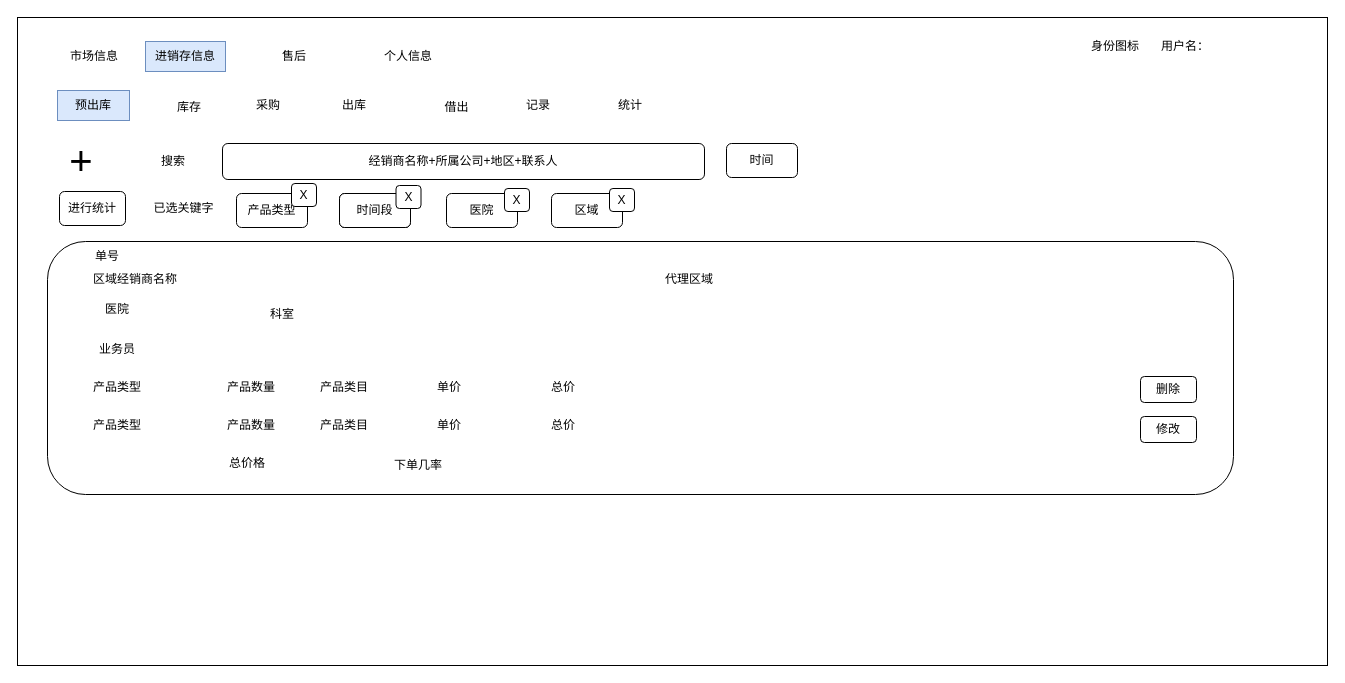
Before: page "预出库" (1 of 8) of 泰加进销存.drawio in cangwang/news, a draw.io diagram. Source tidied: cells renumbered, new cells numbered last; positions are measured from the earlier drawing's top-left corner, leaving out a move shared by most shapes. Both pictures are drawn from the tidied source at 100%, with x=0, y=0 at pixel (17, 17).
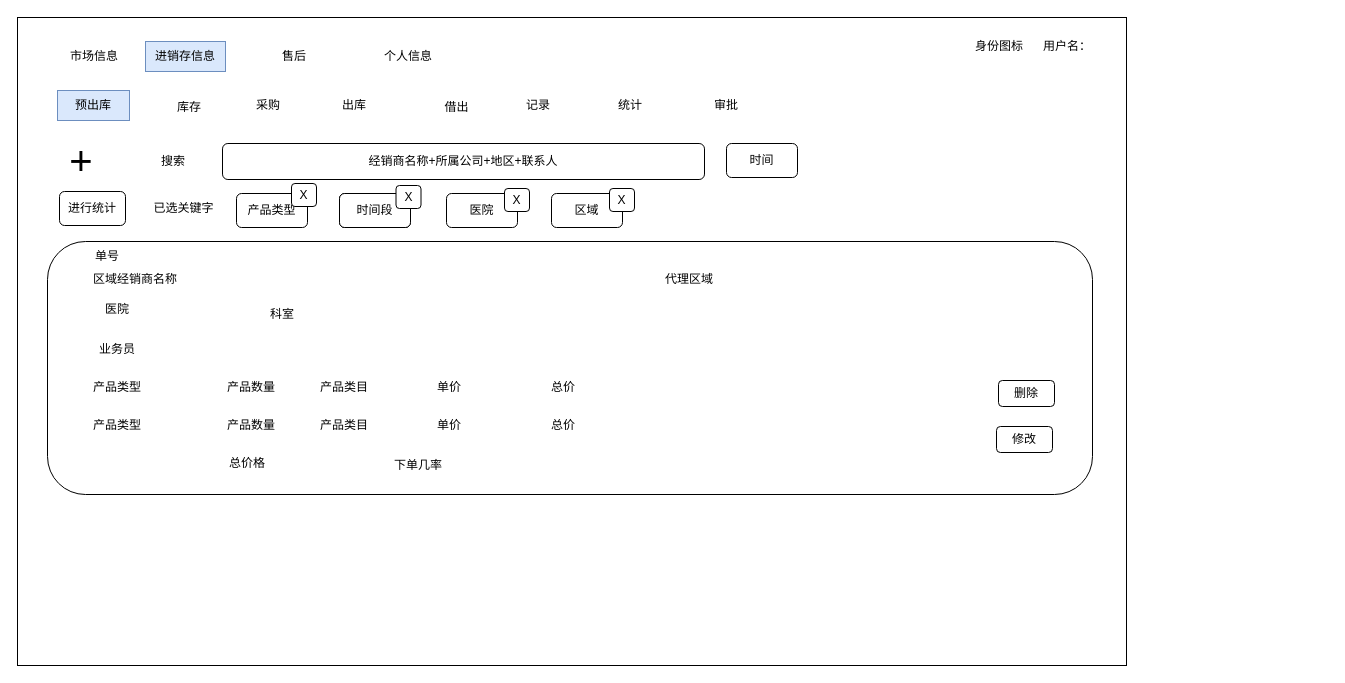
Above is the later version.

The edit, as a diff of the source:
```diff
@@
     <mxCell id="2" style="rounded=0;whiteSpace=wrap;html=1;" parent="1" vertex="1">
-      <mxGeometry width="1310" height="648" as="geometry" />
+      <mxGeometry width="1109" height="648" as="geometry" />
     </mxCell>
@@
     <mxCell id="10" value="用户名：" style="text;html=1;strokeColor=none;fillColor=none;align=center;verticalAlign=middle;whiteSpace=wrap;rounded=0;fontSize=12;" parent="1" vertex="1">
-      <mxGeometry x="1138" y="14" width="60" height="30" as="geometry" />
+      <mxGeometry x="1020" y="14" width="60" height="30" as="geometry" />
     </mxCell>
     <mxCell id="11" value="身份图标" style="text;html=1;strokeColor=none;fillColor=none;align=center;verticalAlign=middle;whiteSpace=wrap;rounded=0;fontSize=12;" parent="1" vertex="1">
-      <mxGeometry x="1068" y="14" width="60" height="30" as="geometry" />
+      <mxGeometry x="952" y="14" width="60" height="30" as="geometry" />
     </mxCell>
@@
     <mxCell id="17" style="rounded=1;whiteSpace=wrap;html=1;fontSize=12;" parent="1" vertex="1">
-      <mxGeometry x="30" y="224" width="1186" height="253" as="geometry" />
+      <mxGeometry x="30" y="224" width="1045" height="253" as="geometry" />
     </mxCell>
     <mxCell id="18" value="修改" style="rounded=1;whiteSpace=wrap;html=1;fontSize=12;" parent="1" vertex="1">
-      <mxGeometry x="1123" y="399" width="56" height="26" as="geometry" />
+      <mxGeometry x="979" y="409" width="56" height="26" as="geometry" />
     </mxCell>
     <mxCell id="19" value="删除" style="rounded=1;whiteSpace=wrap;html=1;fontSize=12;" parent="1" vertex="1">
-      <mxGeometry x="1123" y="359" width="56" height="26" as="geometry" />
+      <mxGeometry x="981" y="363" width="56" height="26" as="geometry" />
     </mxCell>
@@
+    <mxCell id="52" value="审批" style="text;html=1;align=center;verticalAlign=middle;whiteSpace=wrap;rounded=0;" parent="1" vertex="1">
+      <mxGeometry x="669" y="73" width="80" height="30" as="geometry" />
+    </mxCell>
```
